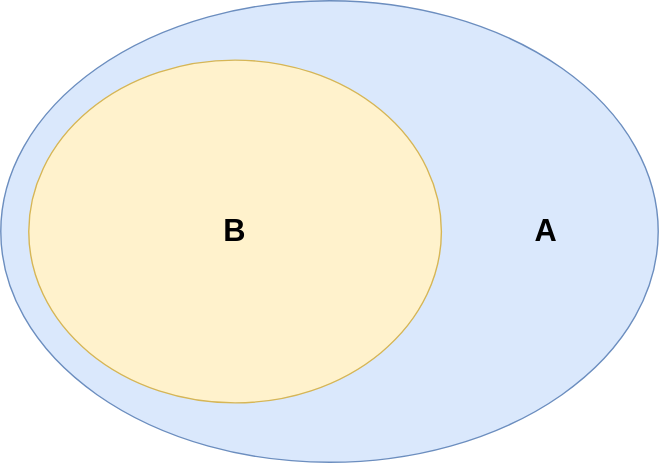
Earlier version of the draw.io export images/subset.svg (alfertev2014/holyjs-2025-autumn). Source tidied: cells renumbered, new cells last; positions are measured from the earlier drawing's top-left corner, leaving out a move shared by most shapes. The source it was exported from:
```xml
<mxGraphModel>
  <root>
    <mxCell id="0" />
    <mxCell id="1" parent="0" />
    <mxCell id="2" style="ellipse;whiteSpace=wrap;html=1;align=right;fillColor=#dae8fc;strokeColor=#6c8ebf;" parent="1" vertex="1">
      <mxGeometry width="470" height="330" as="geometry" />
    </mxCell>
    <mxCell id="3" value="B" style="ellipse;whiteSpace=wrap;html=1;fontSize=22;fontStyle=1;fillColor=#fff2cc;strokeColor=#d6b656;" parent="1" vertex="1">
      <mxGeometry x="20" y="42.5" width="295" height="245" as="geometry" />
    </mxCell>
    <mxCell id="4" value="A" style="text;html=1;align=center;verticalAlign=middle;whiteSpace=wrap;rounded=0;fontSize=22;fontStyle=1;" parent="1" vertex="1">
      <mxGeometry x="360" y="150" width="60" height="30" as="geometry" />
    </mxCell>
  </root>
</mxGraphModel>
```
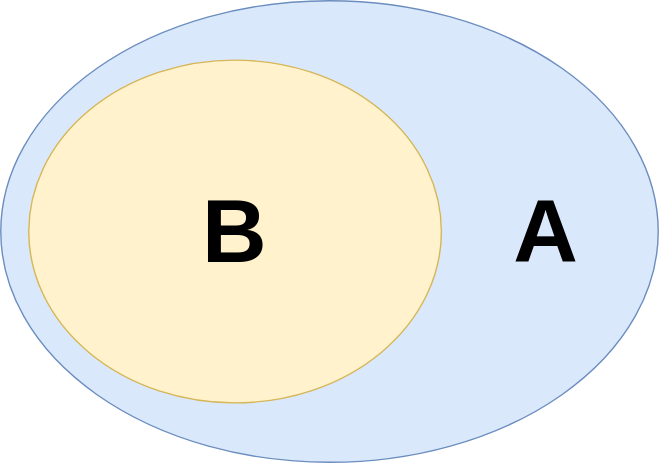
Later version of the same file.

What changed in the source:
```diff
@@ -5,10 +5,10 @@
     <mxCell id="2" style="ellipse;whiteSpace=wrap;html=1;align=right;fillColor=#dae8fc;strokeColor=#6c8ebf;" parent="1" vertex="1">
       <mxGeometry width="470" height="330" as="geometry" />
     </mxCell>
-    <mxCell id="3" value="B" style="ellipse;whiteSpace=wrap;html=1;fontSize=22;fontStyle=1;fillColor=#fff2cc;strokeColor=#d6b656;" parent="1" vertex="1">
+    <mxCell id="3" value="B" style="ellipse;whiteSpace=wrap;html=1;fontSize=64;fontStyle=1;fillColor=#fff2cc;strokeColor=#d6b656;" parent="1" vertex="1">
       <mxGeometry x="20" y="42.5" width="295" height="245" as="geometry" />
     </mxCell>
-    <mxCell id="4" value="A" style="text;html=1;align=center;verticalAlign=middle;whiteSpace=wrap;rounded=0;fontSize=22;fontStyle=1;" parent="1" vertex="1">
+    <mxCell id="4" value="A" style="text;html=1;align=center;verticalAlign=middle;whiteSpace=wrap;rounded=0;fontSize=64;fontStyle=1;" parent="1" vertex="1">
       <mxGeometry x="360" y="150" width="60" height="30" as="geometry" />
     </mxCell>
   </root>
```
